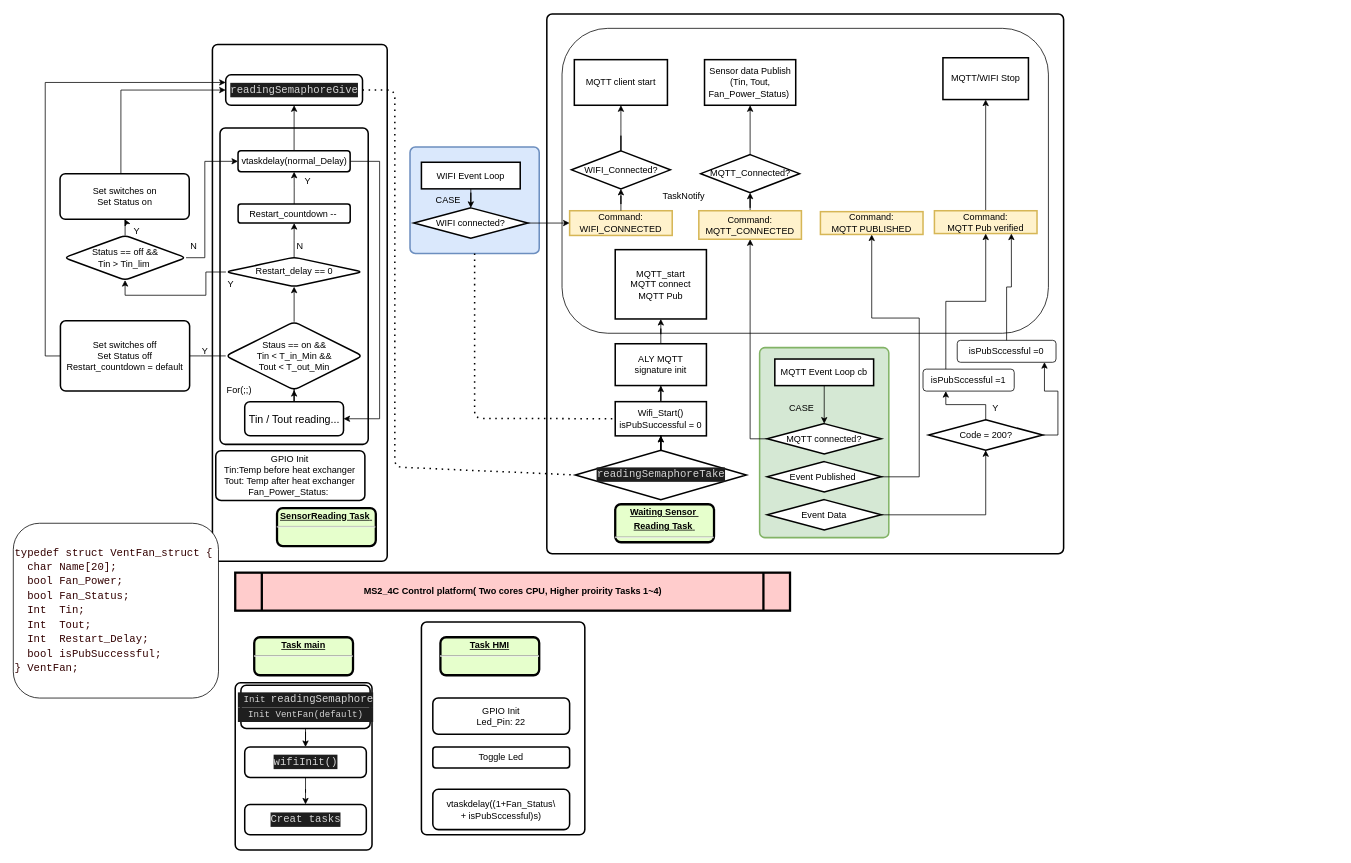
This is vent_control.drawio from kartwu/vent_control, a draw.io file, before an edit. Source tidied: cells renumbered, new cells numbered last; positions are measured from the earlier drawing's top-left corner, leaving out a move shared by most shapes. Both pictures are drawn from the tidied source at 76%, with x=0, y=0 at pixel (13, 14).
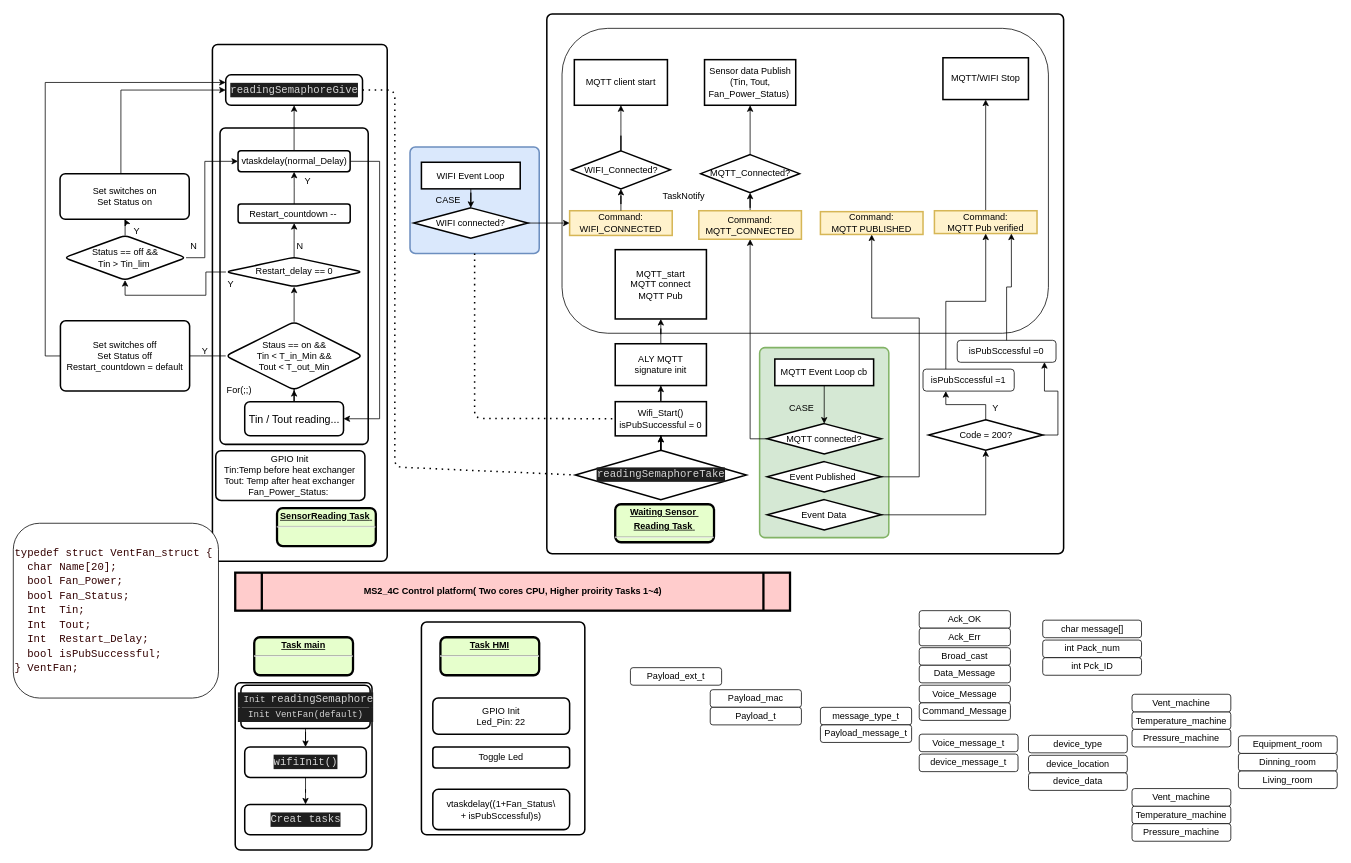
The same page after the edit.

Change to the diagram source:
```diff
@@
+    <mxCell id="103" value="Payload_ext_t" style="rounded=1;whiteSpace=wrap;html=1;" parent="1" vertex="1">
+      <mxGeometry x="812" y="860" width="120" height="23.1" as="geometry" />
+    </mxCell>
+    <mxCell id="104" value="Payload_mac" style="rounded=1;whiteSpace=wrap;html=1;" parent="1" vertex="1">
+      <mxGeometry x="917" y="889" width="120" height="23.1" as="geometry" />
+    </mxCell>
+    <mxCell id="105" value="Payload_t" style="rounded=1;whiteSpace=wrap;html=1;" parent="1" vertex="1">
+      <mxGeometry x="917" y="912.2" width="120" height="23.1" as="geometry" />
+    </mxCell>
+    <mxCell id="106" value="message_type_t" style="rounded=1;whiteSpace=wrap;html=1;" parent="1" vertex="1">
+      <mxGeometry x="1062" y="912.2" width="120" height="23.1" as="geometry" />
+    </mxCell>
+    <mxCell id="107" value="Payload_message_t" style="rounded=1;whiteSpace=wrap;html=1;" parent="1" vertex="1">
+      <mxGeometry x="1062" y="935.3" width="120" height="23.1" as="geometry" />
+    </mxCell>
+    <mxCell id="108" value="Voice_Message" style="rounded=1;whiteSpace=wrap;html=1;" parent="1" vertex="1">
+      <mxGeometry x="1192" y="883.1" width="120" height="23.1" as="geometry" />
+    </mxCell>
+    <mxCell id="109" value="Command_Message" style="rounded=1;whiteSpace=wrap;html=1;" parent="1" vertex="1">
+      <mxGeometry x="1192" y="906.3" width="120" height="23.1" as="geometry" />
+    </mxCell>
+    <mxCell id="110" value="Broad_cast" style="rounded=1;whiteSpace=wrap;html=1;" parent="1" vertex="1">
+      <mxGeometry x="1192" y="833.7" width="120" height="23.1" as="geometry" />
+    </mxCell>
+    <mxCell id="111" value="Data_Message" style="rounded=1;whiteSpace=wrap;html=1;" parent="1" vertex="1">
+      <mxGeometry x="1192" y="856.9" width="120" height="23.1" as="geometry" />
+    </mxCell>
+    <mxCell id="112" value="Ack_OK" style="rounded=1;whiteSpace=wrap;html=1;" parent="1" vertex="1">
+      <mxGeometry x="1192" y="785" width="120" height="23.1" as="geometry" />
+    </mxCell>
+    <mxCell id="113" value="Ack_Err" style="rounded=1;whiteSpace=wrap;html=1;" parent="1" vertex="1">
+      <mxGeometry x="1192" y="808.1" width="120" height="23.1" as="geometry" />
+    </mxCell>
+    <mxCell id="114" value="device_message_t" style="rounded=1;whiteSpace=wrap;html=1;" parent="1" vertex="1">
+      <mxGeometry x="1192" y="973.7" width="130" height="23.1" as="geometry" />
+    </mxCell>
+    <mxCell id="115" value="Voice_message_t" style="rounded=1;whiteSpace=wrap;html=1;" parent="1" vertex="1">
+      <mxGeometry x="1192" y="947.5" width="130" height="23.1" as="geometry" />
+    </mxCell>
+    <mxCell id="116" value="int Pack_num" style="rounded=1;whiteSpace=wrap;html=1;" parent="1" vertex="1">
+      <mxGeometry x="1354.5" y="823.7" width="130" height="23.1" as="geometry" />
+    </mxCell>
+    <mxCell id="117" value="int Pck_ID" style="rounded=1;whiteSpace=wrap;html=1;" parent="1" vertex="1">
+      <mxGeometry x="1354.5" y="846.9" width="130" height="23.1" as="geometry" />
+    </mxCell>
+    <mxCell id="118" value="char message[]" style="rounded=1;whiteSpace=wrap;html=1;" parent="1" vertex="1">
+      <mxGeometry x="1354.5" y="797.5" width="130" height="23.1" as="geometry" />
+    </mxCell>
+    <mxCell id="119" value="device_location" style="rounded=1;whiteSpace=wrap;html=1;" parent="1" vertex="1">
+      <mxGeometry x="1335.8" y="975.3" width="130" height="23.1" as="geometry" />
+    </mxCell>
+    <mxCell id="120" value="device_type" style="rounded=1;whiteSpace=wrap;html=1;" parent="1" vertex="1">
+      <mxGeometry x="1335.8" y="949" width="130" height="23.1" as="geometry" />
+    </mxCell>
+    <mxCell id="121" value="device_data" style="rounded=1;whiteSpace=wrap;html=1;" parent="1" vertex="1">
+      <mxGeometry x="1335.8" y="998.4" width="130" height="23.1" as="geometry" />
+    </mxCell>
+    <mxCell id="122" value="Temperature_machine" style="rounded=1;whiteSpace=wrap;html=1;" parent="1" vertex="1">
+      <mxGeometry x="1472" y="918.1" width="130" height="23.1" as="geometry" />
+    </mxCell>
+    <mxCell id="123" value="Vent_machine" style="rounded=1;whiteSpace=wrap;html=1;" parent="1" vertex="1">
+      <mxGeometry x="1472" y="895" width="130" height="23.1" as="geometry" />
+    </mxCell>
+    <mxCell id="124" value="Pressure_machine" style="rounded=1;whiteSpace=wrap;html=1;" parent="1" vertex="1">
+      <mxGeometry x="1472" y="941.2" width="130" height="23.1" as="geometry" />
+    </mxCell>
+    <mxCell id="125" value="Dinning_room" style="rounded=1;whiteSpace=wrap;html=1;" parent="1" vertex="1">
+      <mxGeometry x="1612" y="972.8" width="130" height="23.1" as="geometry" />
+    </mxCell>
+    <mxCell id="126" value="Equipment_room" style="rounded=1;whiteSpace=wrap;html=1;" parent="1" vertex="1">
+      <mxGeometry x="1612" y="949.7" width="130" height="23.1" as="geometry" />
+    </mxCell>
+    <mxCell id="127" value="Living_room" style="rounded=1;whiteSpace=wrap;html=1;" parent="1" vertex="1">
+      <mxGeometry x="1612" y="996" width="130" height="23.1" as="geometry" />
+    </mxCell>
+    <mxCell id="128" value="Temperature_machine" style="rounded=1;whiteSpace=wrap;html=1;" parent="1" vertex="1">
+      <mxGeometry x="1472" y="1042.2" width="130" height="23.1" as="geometry" />
+    </mxCell>
+    <mxCell id="129" value="Vent_machine" style="rounded=1;whiteSpace=wrap;html=1;" parent="1" vertex="1">
+      <mxGeometry x="1472" y="1019.1" width="130" height="23.1" as="geometry" />
+    </mxCell>
+    <mxCell id="130" value="Pressure_machine" style="rounded=1;whiteSpace=wrap;html=1;" parent="1" vertex="1">
+      <mxGeometry x="1472" y="1065.3" width="130" height="23.1" as="geometry" />
+    </mxCell>
```
